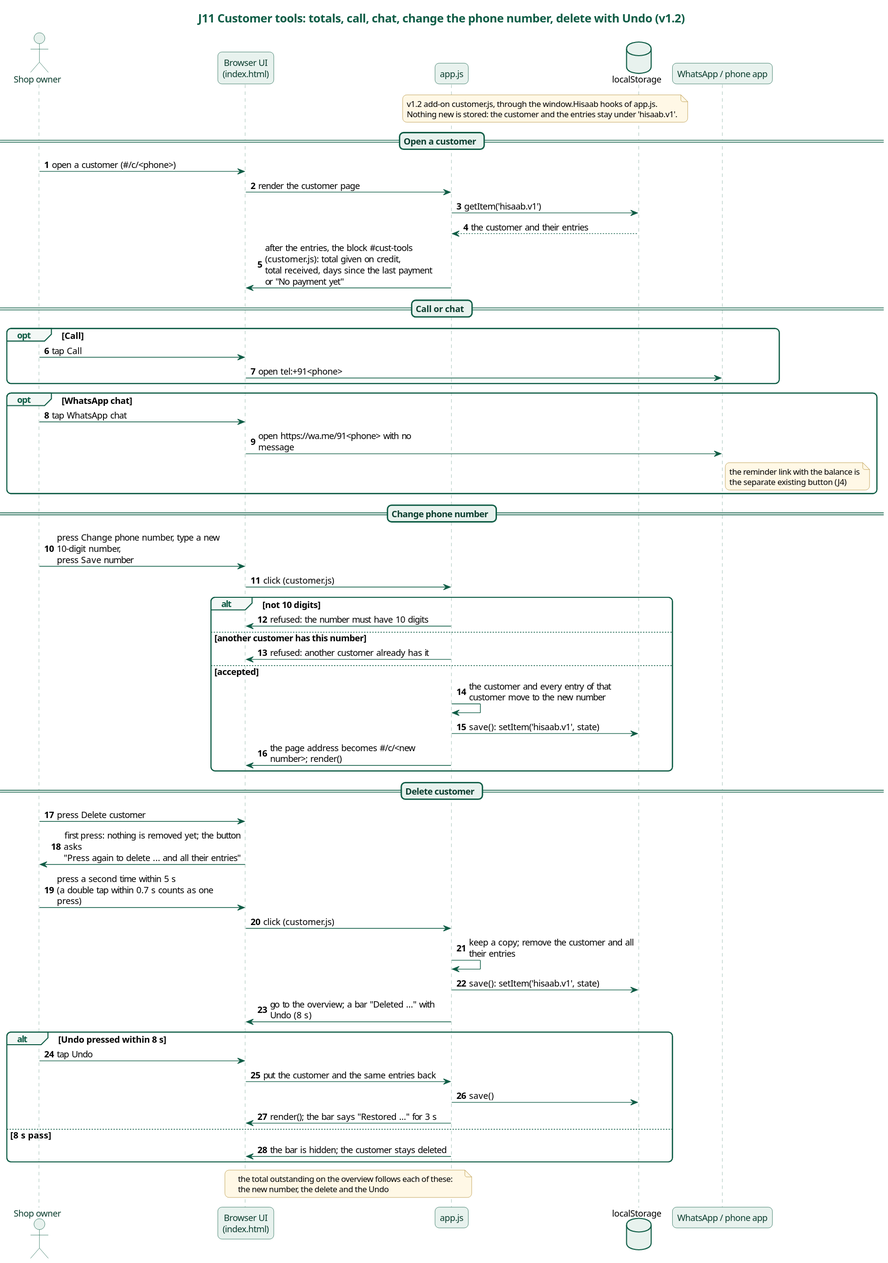
Before: docs/diagrams/j11-customer-tools.svg, a diagram exported from PlantUML (karwasanjay007/hisaab-docs).
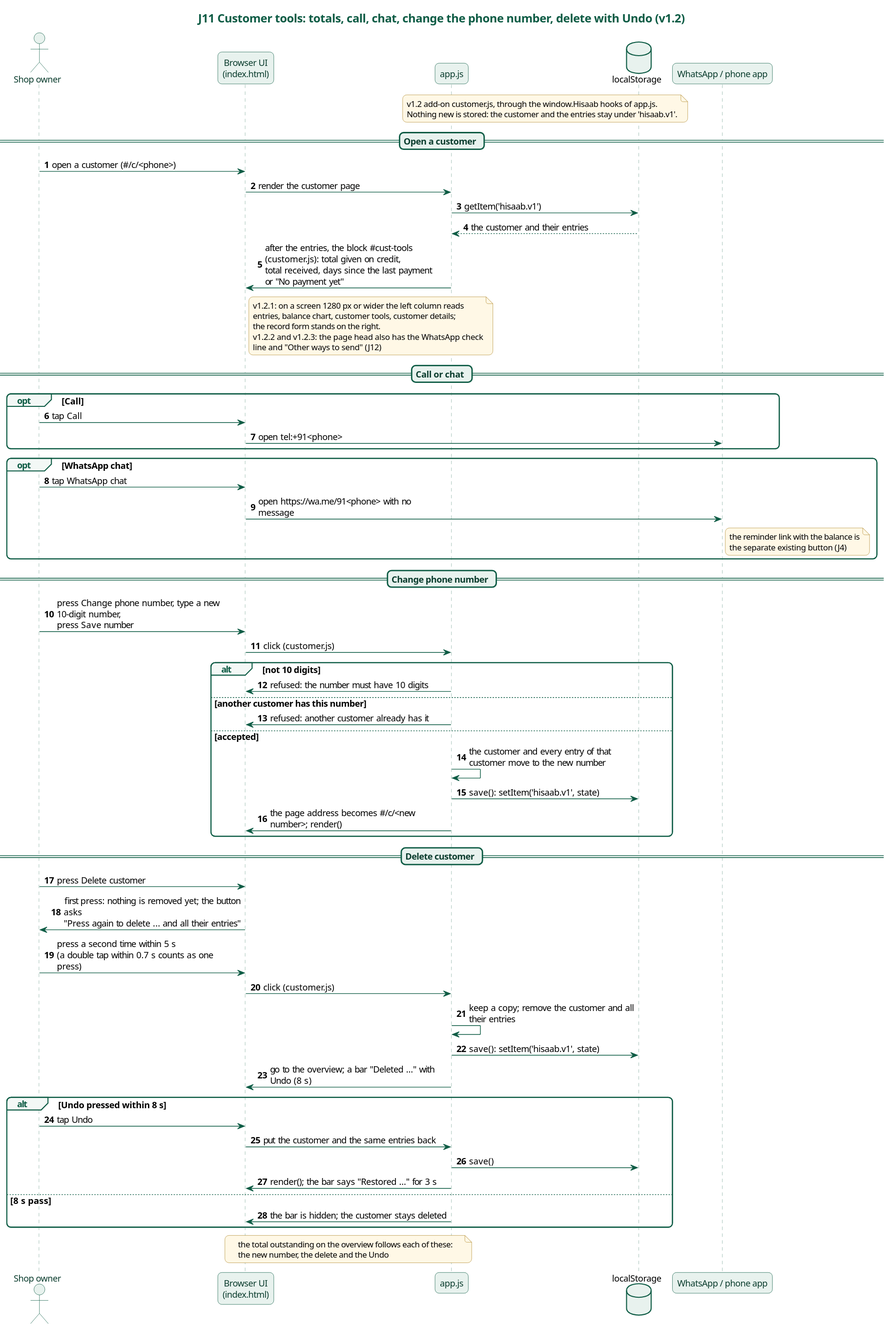
The same file after the commit.

The edit, as a diff of the source:
```diff
@@ -50,6 +50,7 @@
 App -> LS : getItem('hisaab.v1')
 LS --> App : the customer and their entries
 App -> UI : after the entries, the block #cust-tools (customer.js): total given on credit,\ntotal received, days since the last payment or "No payment yet"
+note right of UI : v1.2.1: on a screen 1280 px or wider the left column reads\nentries, balance chart, customer tools, customer details;\nthe record form stands on the right.\nv1.2.2 and v1.2.3: the page head also has the WhatsApp check\nline and "Other ways to send" (J12)
 == Call or chat ==
 opt Call
   Owner -> UI : tap Call
```
